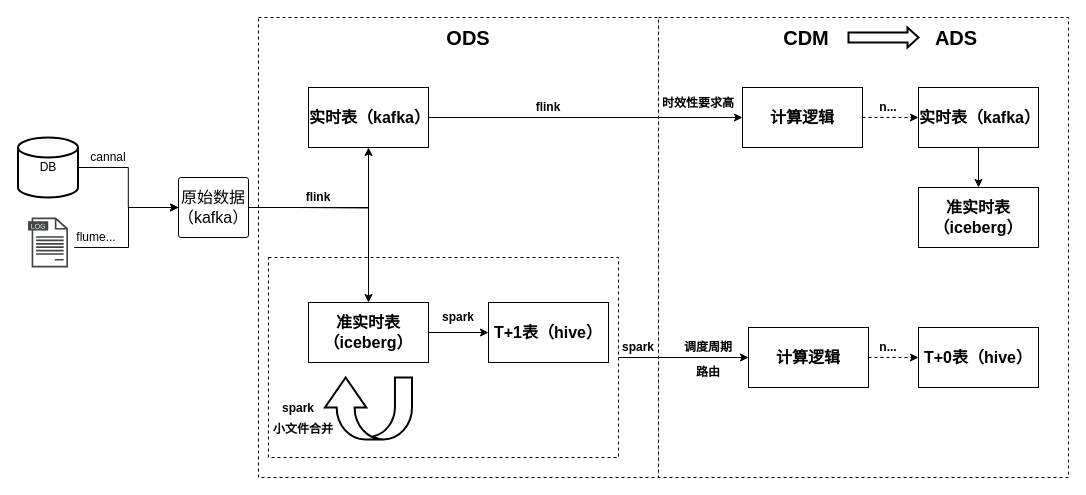
Earlier version of the draw.io diagram mt流批一体.drawio (mineminemine123/work-wiki). Source tidied: cells renumbered, new cells numbered last; positions are measured from the earlier drawing's top-left corner, leaving out a move shared by most shapes. Both pictures are drawn from the tidied source at 100%, with x=0, y=0 at pixel (18, 17).
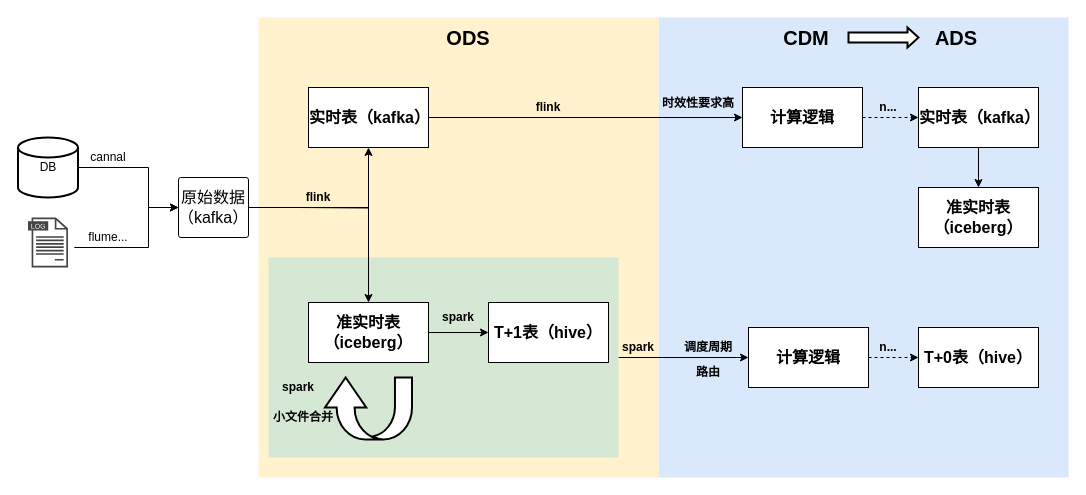
Above is the later version.

Commit message:
更新mt流批一体.drawio

The change refers to these unchanged cells:
```xml
<mxCell id="13" value="DB" style="shape=mxgraph.flowchart.database;whiteSpace=wrap;html=1;fillColor=#ffffff;strokeColor=#000000;strokeWidth=2;" parent="1" vertex="1">
  <mxGeometry x="-0.5" y="120" width="60" height="60" as="geometry" />
</mxCell>
<mxCell id="15" value="&lt;span style=&quot;font-size: 16px;&quot;&gt;原始数据（kafka）&lt;/span&gt;" style="rounded=1;whiteSpace=wrap;html=1;arcSize=4;" parent="1" vertex="1">
  <mxGeometry x="160" y="160" width="70" height="60" as="geometry" />
</mxCell>
```

The edit, as a diff of the source:
```diff
@@
-    <mxCell id="2" style="rounded=0;whiteSpace=wrap;html=1;dashed=1;" parent="1" vertex="1">
+    <mxCell id="2" style="rounded=0;whiteSpace=wrap;html=1;dashed=1;fillColor=#dae8fc;strokeColor=none;" parent="1" vertex="1">
       <mxGeometry x="640" width="410" height="460" as="geometry" />
     </mxCell>
-    <mxCell id="3" style="rounded=0;whiteSpace=wrap;html=1;dashed=1;" parent="1" vertex="1">
+    <mxCell id="3" style="rounded=0;whiteSpace=wrap;html=1;dashed=1;fillColor=#fff2cc;strokeColor=none;" parent="1" vertex="1">
       <mxGeometry x="240" width="400" height="460" as="geometry" />
     </mxCell>
@@
-    <mxCell id="5" style="rounded=0;whiteSpace=wrap;html=1;dashed=1;" parent="1" vertex="1">
+    <mxCell id="5" style="rounded=0;whiteSpace=wrap;html=1;dashed=1;fillColor=#d5e8d4;strokeColor=none;" parent="1" vertex="1">
       <mxGeometry x="250" y="240" width="350" height="200" as="geometry" />
     </mxCell>
@@
     <mxCell id="12" style="edgeStyle=orthogonalEdgeStyle;rounded=0;jettySize=auto;html=1;" parent="1" edge="1" source="13" target="15">
-      <mxGeometry relative="1" as="geometry" />
+      <mxGeometry relative="1" as="geometry">
+        <Array as="points">
+          <mxPoint x="130" y="150" />
+          <mxPoint x="130" y="190" />
+        </Array>
+      </mxGeometry>
     </mxCell>
@@
     <mxCell id="14" style="edgeStyle=orthogonalEdgeStyle;rounded=0;jettySize=auto;html=1;exitX=0;exitY=0;exitDx=52.5;exitDy=30;exitPerimeter=0;entryX=0;entryY=0.5;entryDx=0;entryDy=0;" parent="1" edge="1" target="15">
       <mxGeometry relative="1" as="geometry">
         <mxPoint x="55.8" y="230" as="sourcePoint" />
         <Array as="points">
-          <mxPoint x="110" y="230" />
-          <mxPoint x="110" y="190" />
+          <mxPoint x="130" y="230" />
+          <mxPoint x="130" y="190" />
         </Array>
       </mxGeometry>
     </mxCell>
@@
     <mxCell id="17" value="flume..." style="text;html=1;strokeColor=none;fillColor=none;align=center;verticalAlign=middle;whiteSpace=wrap;rounded=0;" parent="1" vertex="1">
-      <mxGeometry x="57.5" y="210" width="40" height="20" as="geometry" />
+      <mxGeometry x="70" y="210" width="40" height="20" as="geometry" />
     </mxCell>
@@
     <mxCell id="20" value="&lt;b&gt;spark&lt;/b&gt;" style="text;html=1;strokeColor=none;fillColor=none;align=center;verticalAlign=middle;whiteSpace=wrap;rounded=0;" parent="1" vertex="1">
-      <mxGeometry x="260" y="381" width="40" height="20" as="geometry" />
+      <mxGeometry x="260" y="360" width="40" height="20" as="geometry" />
     </mxCell>
@@
     <mxCell id="26" value="&lt;b&gt;小文件合并&lt;/b&gt;" style="text;html=1;strokeColor=none;fillColor=none;align=center;verticalAlign=middle;whiteSpace=wrap;rounded=0;" parent="1" vertex="1">
-      <mxGeometry x="250" y="402" width="70" height="20" as="geometry" />
+      <mxGeometry x="250" y="390" width="70" height="20" as="geometry" />
     </mxCell>
```
